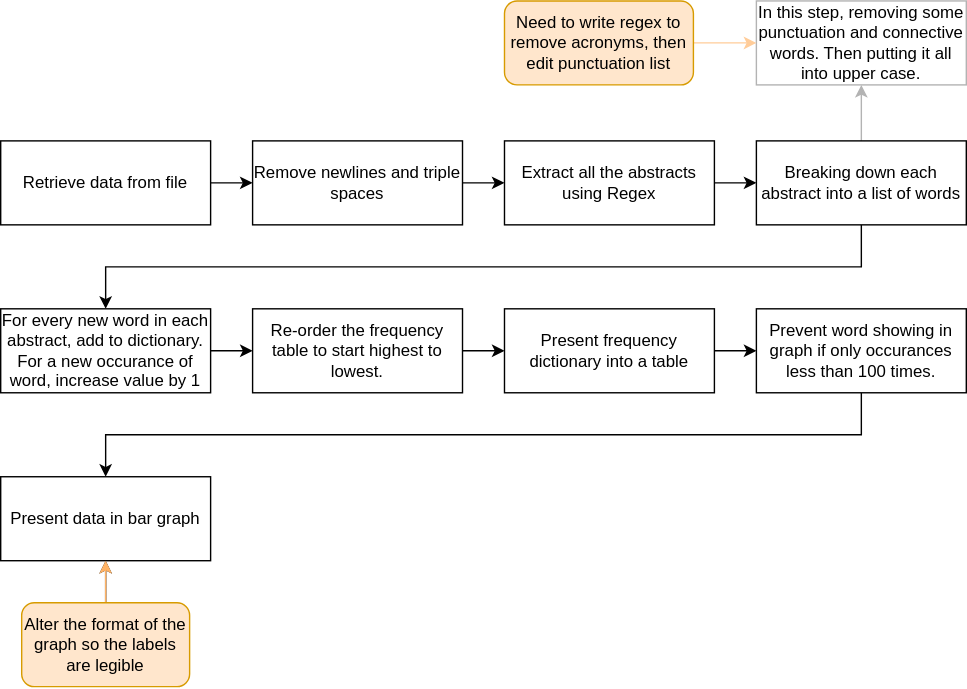
Before: Flow-chart.svg, a diagram exported from draw.io (Vezsp/Dissertation_code). Source tidied: cells renumbered, new cells last; positions are measured from the earlier drawing's top-left corner, leaving out a move shared by most shapes.
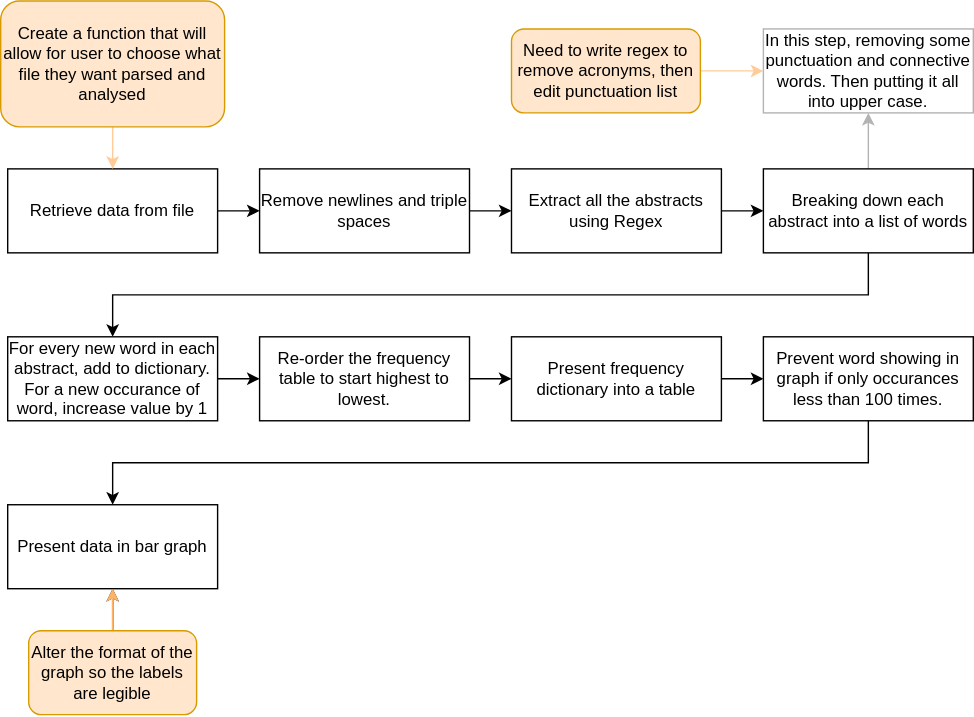
Later version of the same file.

Commit message:
updating flowchart to include possible new insert file function

What changed in the source:
```diff
@@ -79,5 +79,11 @@
     <mxCell id="25" value="Alter the format of the graph so the labels are legible" style="rounded=1;whiteSpace=wrap;html=1;fillColor=#ffe6cc;strokeColor=#d79b00;" parent="1" vertex="1">
       <mxGeometry x="15" y="430" width="120" height="60" as="geometry" />
     </mxCell>
+    <mxCell id="26" style="edgeStyle=orthogonalEdgeStyle;rounded=0;jettySize=auto;html=1;strokeColor=#FFCC99;" parent="1" edge="1" source="27" target="3">
+      <mxGeometry relative="1" as="geometry" />
+    </mxCell>
+    <mxCell id="27" value="Create a function that will allow for user to choose what file they want parsed and analysed" style="rounded=1;whiteSpace=wrap;html=1;fillColor=#ffe6cc;strokeColor=#d79b00;" parent="1" vertex="1">
+      <mxGeometry x="-5" y="-20" width="160" height="90" as="geometry" />
+    </mxCell>
   </root>
 </mxGraphModel>
```
